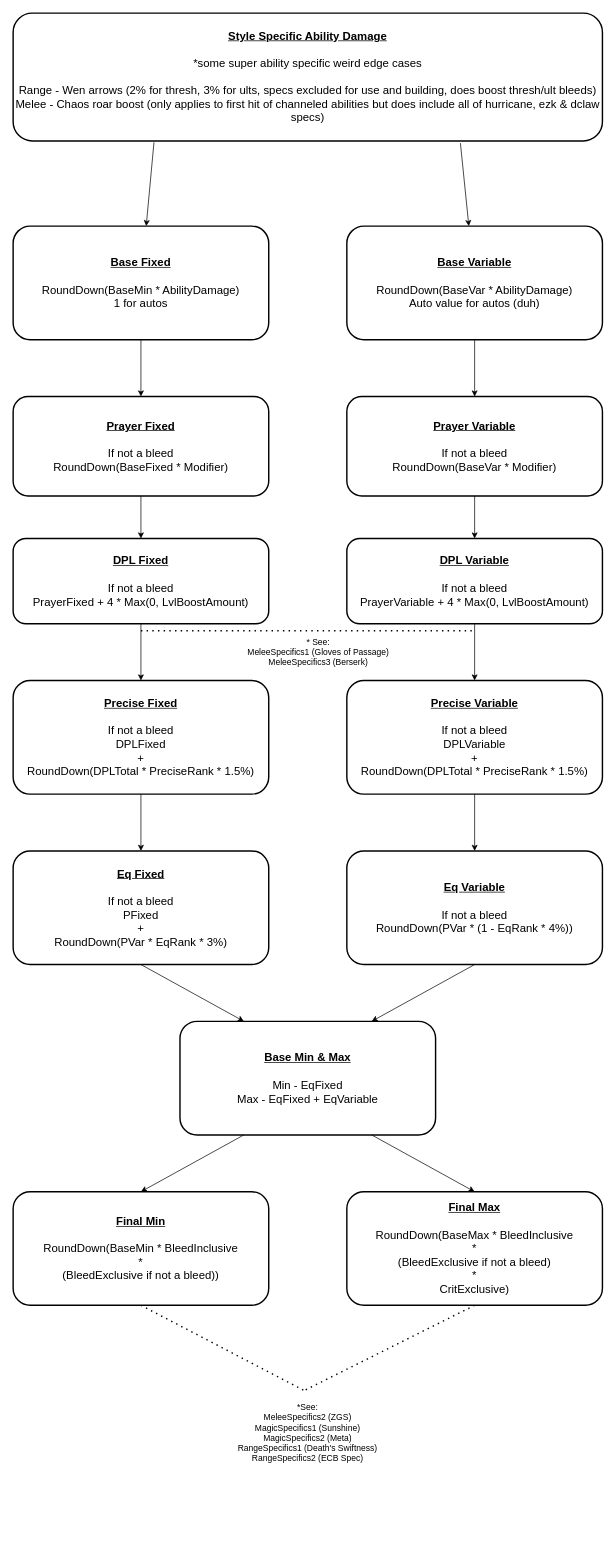
The draw.io diagram page "DamageCalcFlow" (3 of 7) of RS3BossingLogDiagrams/AbilityTab/AbililtyFlowDiagrams.drawio in Xau-Tech/RuneScapeBossLogTool, before the edit. Source tidied: cells renumbered, new cells numbered last; positions are measured from the earlier drawing's top-left corner, leaving out a move shared by most shapes. Both pictures are drawn from the tidied source at 71%, with x=0, y=0 at pixel (13, 13).
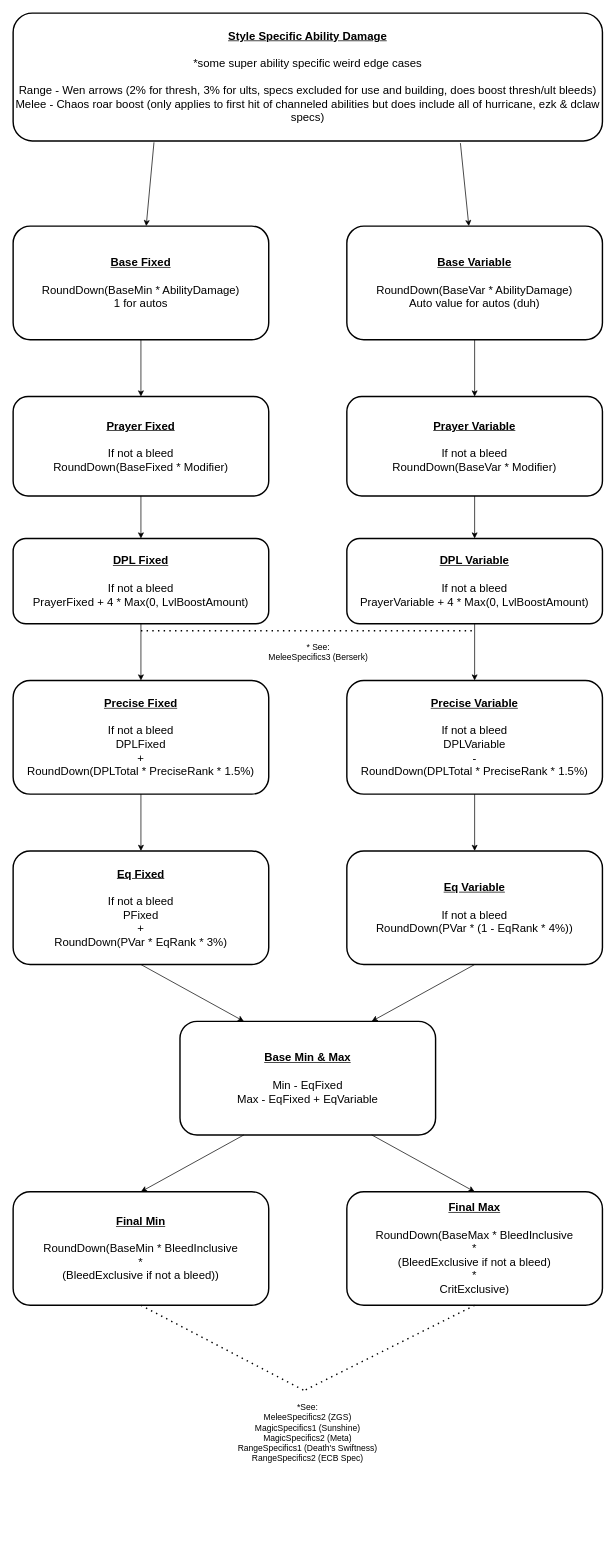
The same diagram, later.

Diff of the diagram source:
```diff
@@
-    <mxCell id="15" value="&lt;u style=&quot;font-weight: bold;&quot;&gt;Precise Variable&lt;/u&gt;&lt;br&gt;&lt;br&gt;If not a bleed&lt;br&gt;DPLVariable&lt;br&gt;+&lt;br&gt;RoundDown(DPLTotal * PreciseRank * 1.5%)" style="text;html=1;strokeColor=default;fillColor=none;align=center;verticalAlign=middle;whiteSpace=wrap;rounded=1;strokeWidth=2;glass=0;fontSize=16;" parent="1" vertex="1">
+    <mxCell id="15" value="&lt;u style=&quot;font-weight: bold;&quot;&gt;Precise Variable&lt;/u&gt;&lt;br&gt;&lt;br&gt;If not a bleed&lt;br&gt;DPLVariable&lt;br&gt;-&lt;br&gt;RoundDown(DPLTotal * PreciseRank * 1.5%)" style="text;html=1;strokeColor=default;fillColor=none;align=center;verticalAlign=middle;whiteSpace=wrap;rounded=1;strokeWidth=2;glass=0;fontSize=16;" parent="1" vertex="1">
       <mxGeometry x="470" y="940" width="360" height="160" as="geometry" />
     </mxCell>
@@
-    <mxCell id="31" value="* See: &lt;br&gt;MeleeSpecifics1 (Gloves of Passage)&lt;br&gt;MeleeSpecifics3 (Berserk)" style="text;html=1;strokeColor=none;fillColor=none;align=center;verticalAlign=middle;whiteSpace=wrap;rounded=0;" parent="1" vertex="1">
+    <mxCell id="31" value="* See:&lt;br&gt;MeleeSpecifics3 (Berserk)" style="text;html=1;strokeColor=none;fillColor=none;align=center;verticalAlign=middle;whiteSpace=wrap;rounded=0;" parent="1" vertex="1">
       <mxGeometry x="270" y="860" width="320" height="80" as="geometry" />
     </mxCell>
```
